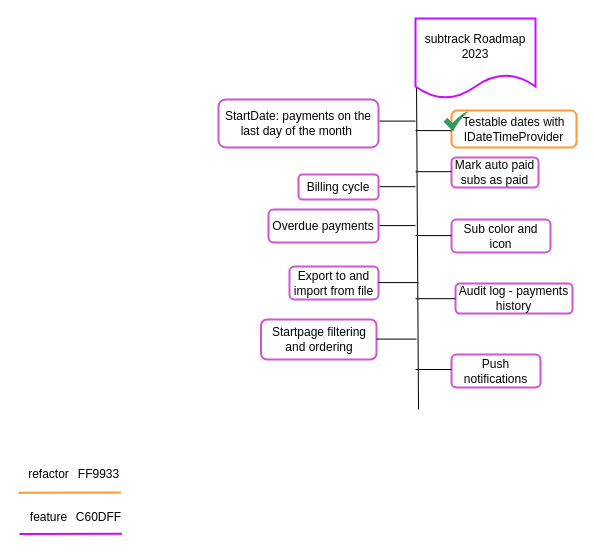
Before: docs/roadmap.drawio in Code2Gether-Discord/subtrack, a draw.io diagram. Source tidied: cells renumbered, new cells numbered last; positions are measured from the earlier drawing's top-left corner, leaving out a move shared by most shapes. Both pictures are drawn from the tidied source at 100%, with x=0, y=0 at pixel (18, 18).
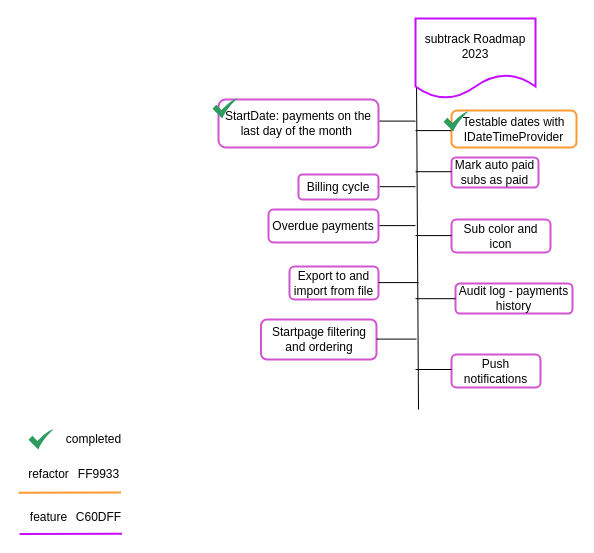
The same diagram, later.

The edit, as a diff of the source:
```diff
@@
+    <mxCell id="31" style="sketch=0;html=1;strokeColor=none;shadow=0;align=center;verticalAlign=top;fillColor=#2D9C5E;shape=mxgraph.gcp2.check;" parent="1" vertex="1">
+      <mxGeometry x="194" y="80" width="25" height="20" as="geometry" />
+    </mxCell>
+    <mxCell id="32" style="sketch=0;html=1;strokeColor=none;shadow=0;align=center;verticalAlign=top;fillColor=#2D9C5E;shape=mxgraph.gcp2.check;" parent="1" vertex="1">
+      <mxGeometry x="10" y="411" width="25" height="20" as="geometry" />
+    </mxCell>
+    <mxCell id="33" value="completed" style="text;html=1;align=center;verticalAlign=middle;strokeColor=none;fillColor=none;" parent="1" vertex="1">
+      <mxGeometry x="35" y="406" width="80" height="30" as="geometry" />
+    </mxCell>
```
